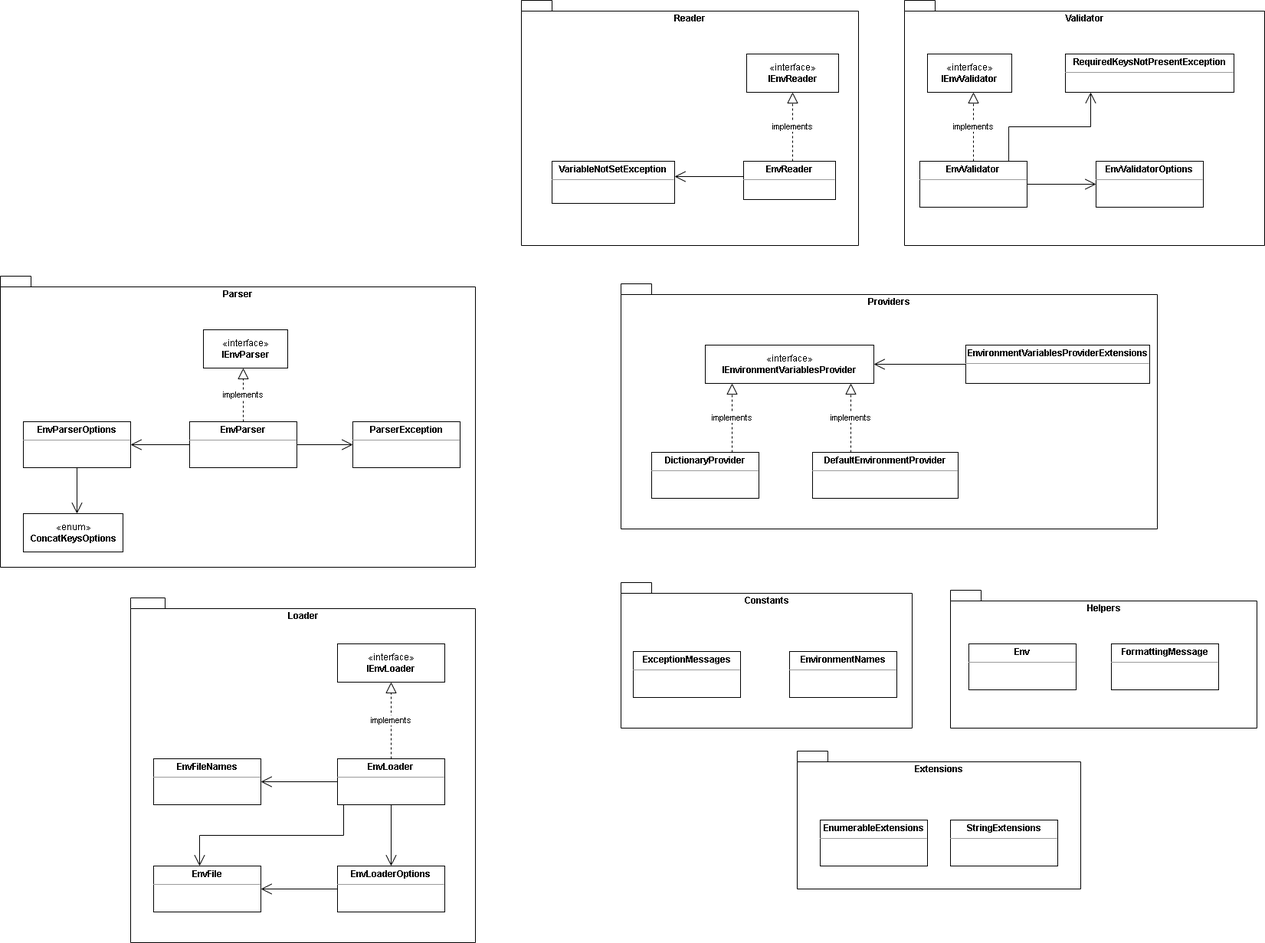
Above: docs/images/package-diagram-library.png in MrDave1999/dotenv.core (draw.io), before the change. Source tidied: cells renumbered, new cells last; positions are measured from the earlier drawing's top-left corner, leaving out a move shared by most shapes.
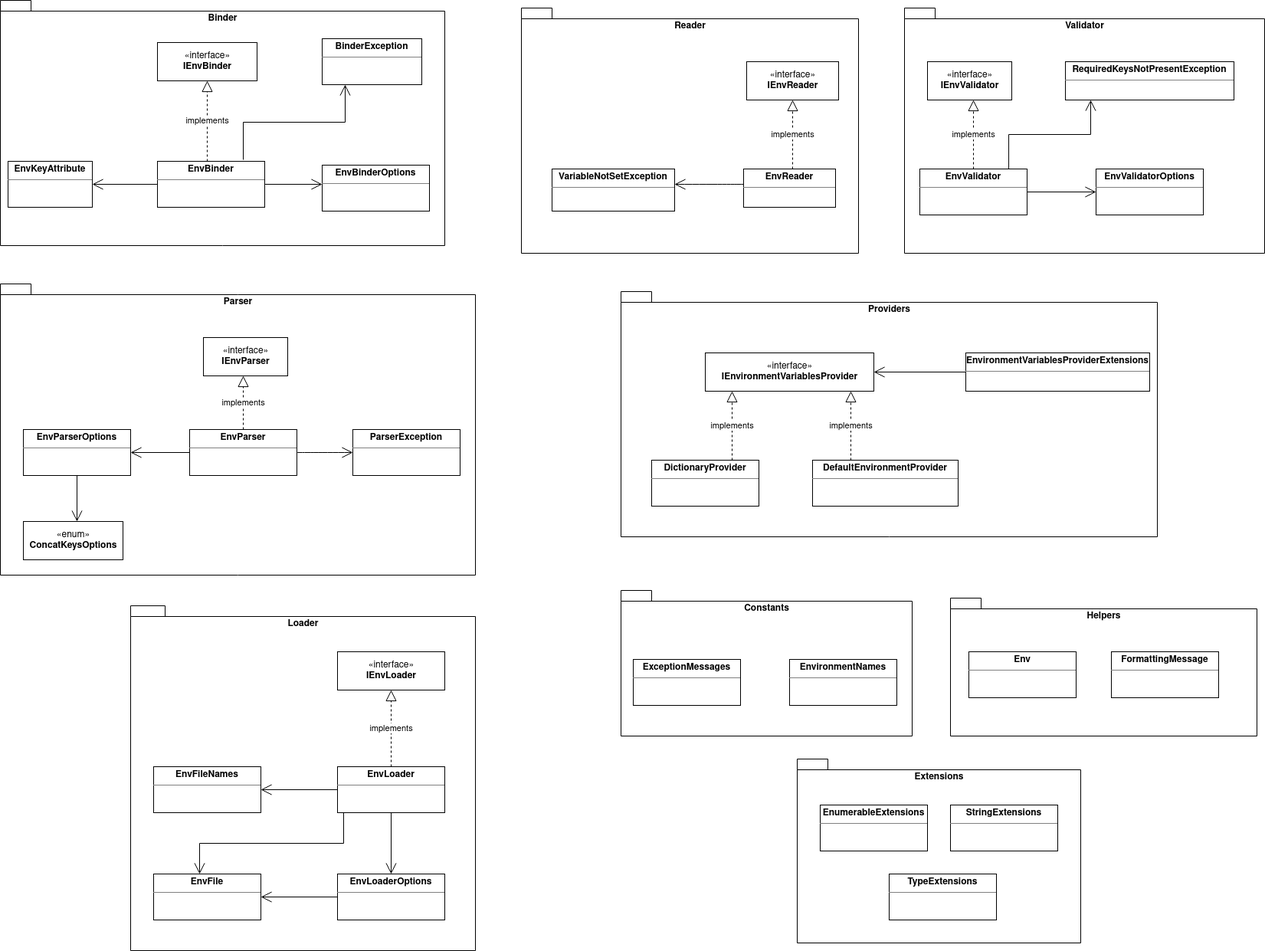
Above is the later version.

The edit, as a diff of the source:
```diff
@@ -179,13 +179,50 @@
       </mxGeometry>
     </mxCell>
     <mxCell id="51" value="Extensions" style="shape=folder;fontStyle=1;spacingTop=10;tabWidth=40;tabHeight=14;tabPosition=left;html=1;verticalAlign=top;" parent="1" vertex="1">
-      <mxGeometry x="1040" y="980" width="370" height="180" as="geometry" />
+      <mxGeometry x="1040" y="980" width="370" height="240" as="geometry" />
     </mxCell>
     <mxCell id="52" value="&lt;p style=&quot;margin: 0px ; margin-top: 4px ; text-align: center&quot;&gt;&lt;b&gt;EnumerableExtensions&lt;/b&gt;&lt;/p&gt;&lt;hr size=&quot;1&quot;&gt;&lt;div style=&quot;height: 2px&quot;&gt;&lt;/div&gt;" style="verticalAlign=top;align=left;overflow=fill;fontSize=12;fontFamily=Helvetica;html=1;" parent="1" vertex="1">
-      <mxGeometry x="1070" y="1070" width="140" height="60" as="geometry" />
+      <mxGeometry x="1070" y="1040" width="140" height="60" as="geometry" />
     </mxCell>
     <mxCell id="53" value="&lt;p style=&quot;margin: 0px ; margin-top: 4px ; text-align: center&quot;&gt;&lt;b&gt;StringExtensions&lt;/b&gt;&lt;/p&gt;&lt;hr size=&quot;1&quot;&gt;&lt;div style=&quot;height: 2px&quot;&gt;&lt;/div&gt;" style="verticalAlign=top;align=left;overflow=fill;fontSize=12;fontFamily=Helvetica;html=1;" parent="1" vertex="1">
-      <mxGeometry x="1240" y="1070" width="140" height="60" as="geometry" />
+      <mxGeometry x="1240" y="1040" width="140" height="60" as="geometry" />
     </mxCell>
+    <mxCell id="54" value="Binder" style="shape=folder;fontStyle=1;spacingTop=10;tabWidth=40;tabHeight=14;tabPosition=left;html=1;verticalAlign=top;" parent="1" vertex="1">
+      <mxGeometry y="-10" width="580" height="320" as="geometry" />
+    </mxCell>
+    <mxCell id="55" value="«interface»&lt;br&gt;&lt;b&gt;IEnvBinder&lt;/b&gt;" style="html=1;" parent="1" vertex="1">
+      <mxGeometry x="205" y="45" width="130" height="50" as="geometry" />
+    </mxCell>
+    <mxCell id="56" value="&lt;p style=&quot;margin:0px;margin-top:4px;text-align:center;&quot;&gt;&lt;b&gt;EnvBinder&lt;/b&gt;&lt;br&gt;&lt;/p&gt;&lt;hr size=&quot;1&quot;&gt;&lt;div style=&quot;height:2px;&quot;&gt;&lt;/div&gt;" style="verticalAlign=top;align=left;overflow=fill;fontSize=12;fontFamily=Helvetica;html=1;" parent="1" vertex="1">
+      <mxGeometry x="205" y="200" width="140" height="60" as="geometry" />
+    </mxCell>
+    <mxCell id="57" value="&lt;p style=&quot;margin:0px;margin-top:4px;text-align:center;&quot;&gt;&lt;b&gt;BinderException&lt;/b&gt;&lt;/p&gt;&lt;hr size=&quot;1&quot;&gt;&lt;div style=&quot;height:2px;&quot;&gt;&lt;/div&gt;" style="verticalAlign=top;align=left;overflow=fill;fontSize=12;fontFamily=Helvetica;html=1;" parent="1" vertex="1">
+      <mxGeometry x="420" y="40" width="130" height="60" as="geometry" />
+    </mxCell>
+    <mxCell id="58" value="&lt;p style=&quot;margin:0px;margin-top:4px;text-align:center;&quot;&gt;&lt;b&gt;EnvBinderOptions&lt;/b&gt;&lt;/p&gt;&lt;hr size=&quot;1&quot;&gt;&lt;div style=&quot;height:2px;&quot;&gt;&lt;/div&gt;" style="verticalAlign=top;align=left;overflow=fill;fontSize=12;fontFamily=Helvetica;html=1;" parent="1" vertex="1">
+      <mxGeometry x="420" y="205" width="140" height="60" as="geometry" />
+    </mxCell>
+    <mxCell id="59" value="implements" style="endArrow=block;dashed=1;endFill=0;endSize=12;html=1;rounded=0;entryX=0.5;entryY=1;entryDx=0;entryDy=0;exitX=0.464;exitY=0;exitDx=0;exitDy=0;exitPerimeter=0;" parent="1" edge="1" source="56" target="55">
+      <mxGeometry relative="1" as="geometry" />
+    </mxCell>
+    <mxCell id="60" style="endArrow=open;endFill=1;endSize=12;html=1;rounded=0;exitX=1;exitY=0.5;exitDx=0;exitDy=0;" parent="1" edge="1" source="56">
+      <mxGeometry relative="1" as="geometry">
+        <mxPoint x="420" y="230" as="targetPoint" />
+      </mxGeometry>
+    </mxCell>
+    <mxCell id="61" style="endArrow=open;endFill=1;endSize=12;html=1;rounded=0;exitX=0.8;exitY=-0.033;exitDx=0;exitDy=0;exitPerimeter=0;edgeStyle=elbowEdgeStyle;elbow=vertical;" parent="1" edge="1" source="56">
+      <mxGeometry relative="1" as="geometry">
+        <mxPoint x="450" y="100" as="targetPoint" />
+      </mxGeometry>
+    </mxCell>
+    <mxCell id="62" value="&lt;p style=&quot;margin:0px;margin-top:4px;text-align:center;&quot;&gt;&lt;b&gt;EnvKeyAttribute&lt;/b&gt;&lt;/p&gt;&lt;hr size=&quot;1&quot;&gt;&lt;div style=&quot;height:2px;&quot;&gt;&lt;/div&gt;" style="verticalAlign=top;align=left;overflow=fill;fontSize=12;fontFamily=Helvetica;html=1;" parent="1" vertex="1">
+      <mxGeometry x="10" y="200" width="110" height="60" as="geometry" />
+    </mxCell>
+    <mxCell id="63" style="endArrow=open;endFill=1;endSize=12;html=1;rounded=0;entryX=1;entryY=0.5;entryDx=0;entryDy=0;exitX=0;exitY=0.5;exitDx=0;exitDy=0;" parent="1" edge="1" source="56" target="62">
+      <mxGeometry relative="1" as="geometry" />
+    </mxCell>
+    <mxCell id="64" value="&lt;p style=&quot;margin: 0px ; margin-top: 4px ; text-align: center&quot;&gt;&lt;b&gt;TypeExtensions&lt;/b&gt;&lt;/p&gt;&lt;hr size=&quot;1&quot;&gt;&lt;div style=&quot;height: 2px&quot;&gt;&lt;/div&gt;" style="verticalAlign=top;align=left;overflow=fill;fontSize=12;fontFamily=Helvetica;html=1;" parent="1" vertex="1">
+      <mxGeometry x="1160" y="1130" width="140" height="60" as="geometry" />
+    </mxCell>
   </root>
 </mxGraphModel>
```
